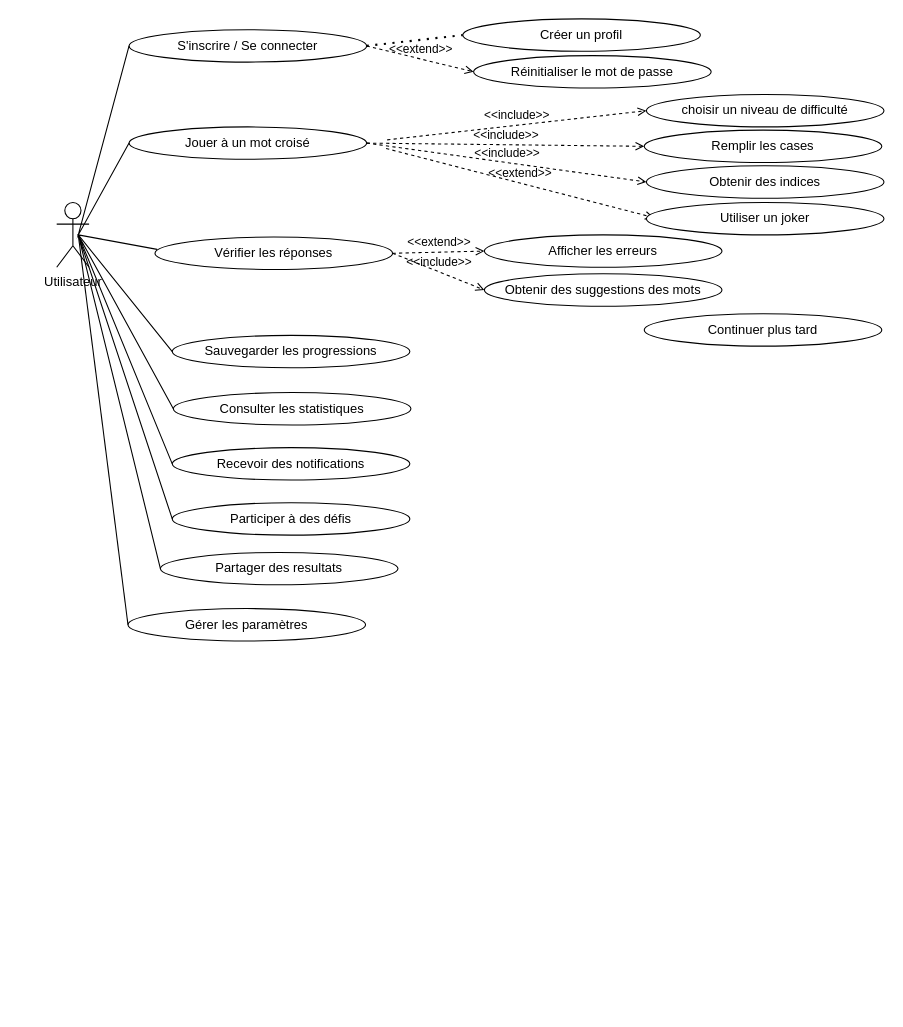
Before: diagramme de cas d'utilisation.drawio in Kimii01/Mot-crois-e-apk, a draw.io diagram. Source tidied: cells renumbered, new cells numbered last; positions are measured from the earlier drawing's top-left corner, leaving out a move shared by most shapes. Both pictures are drawn from the tidied source at 108%, with x=0, y=0 at pixel (56, 18).
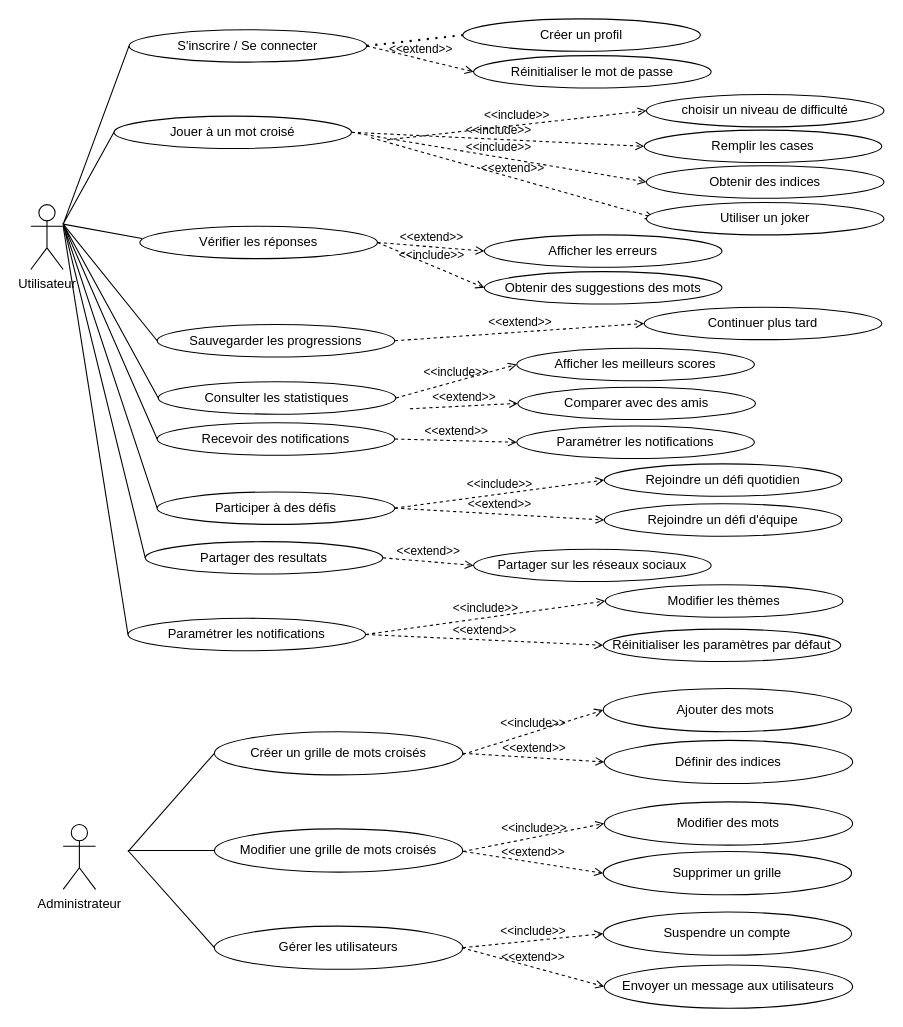
Above is the later version.

Commit message:
Mettre à jour diagramme de cas d'utilisation.drawio

Unchanged cells that the change refers to:
```xml
<mxCell id="7" value="Jouer à un mot croisé" style="ellipse;whiteSpace=wrap;html=1;" parent="5" vertex="1">
  <mxGeometry x="67" y="20" width="220" height="30" as="geometry" />
</mxCell>
<mxCell id="9" value="Sauvegarder les progressions" style="ellipse;whiteSpace=wrap;html=1;" parent="5" vertex="1">
  <mxGeometry x="107" y="213" width="220" height="30" as="geometry" />
</mxCell>
<mxCell id="11" value="Consulter les statistiques" style="ellipse;whiteSpace=wrap;html=1;" parent="5" vertex="1">
  <mxGeometry x="108" y="266" width="220" height="30" as="geometry" />
</mxCell>
<mxCell id="14" value="Participer à des défis" style="ellipse;whiteSpace=wrap;html=1;" parent="5" vertex="1">
  <mxGeometry x="107" y="368" width="220" height="30" as="geometry" />
</mxCell>
<mxCell id="15" value="Partager des resultats" style="ellipse;whiteSpace=wrap;html=1;" parent="5" vertex="1">
  <mxGeometry x="96" y="414" width="220" height="30" as="geometry" />
</mxCell>
<mxCell id="22" value="S'inscrire / Se connecter" style="ellipse;whiteSpace=wrap;html=1;" parent="1" vertex="1">
  <mxGeometry x="67" y="10" width="220" height="30" as="geometry" />
</mxCell>
```

The edit, as a diff of the source:
```diff
@@
     <mxCell id="5" style="group;" parent="1" vertex="1">
-      <mxGeometry y="80" width="360" height="350" as="geometry" />
+      <mxGeometry x="-14" y="70" width="360" height="496" as="geometry" />
     </mxCell>
-    <mxCell id="6" value="Utilisateur" style="shape=umlActor;verticalLabelPosition=bottom;verticalAlign=top;html=1;outlineConnect=0;" parent="5" vertex="1">
-      <mxGeometry y="90" width="30" height="60" as="geometry" />
-    </mxCell>
@@
     <mxCell id="13" value="Recevoir des notifications" style="ellipse;whiteSpace=wrap;html=1;" parent="5" vertex="1">
-      <mxGeometry x="107" y="317" width="220" height="30" as="geometry" />
+      <mxGeometry x="107" y="304" width="220" height="30" as="geometry" />
     </mxCell>
@@
-    <mxCell id="16" value="Gérer les paramètres" style="ellipse;whiteSpace=wrap;html=1;" parent="5" vertex="1">
-      <mxGeometry x="66" y="466" width="220" height="30" as="geometry" />
-    </mxCell>
@@
-    <mxCell id="18" style="endArrow=none;html=1;rounded=0;exitX=0;exitY=0.5;exitDx=0;exitDy=0;" parent="5" edge="1" source="16">
-      <mxGeometry relative="1" as="geometry">
-        <mxPoint x="20" y="120" as="targetPoint" />
-      </mxGeometry>
-    </mxCell>
@@
+    <mxCell id="37" value="Paramétrer les notifications" style="ellipse;whiteSpace=wrap;html=1;" parent="5" vertex="1">
+      <mxGeometry x="80" y="485" width="220" height="30" as="geometry" />
+    </mxCell>
@@
     <mxCell id="23" style="endArrow=none;html=1;rounded=0;entryX=0;entryY=0.5;entryDx=0;entryDy=0;exitX=0;exitY=0.5;exitDx=0;exitDy=0;" parent="1" edge="1" source="7" target="22">
       <mxGeometry relative="1" as="geometry">
         <Array as="points">
-          <mxPoint x="20" y="200" />
+          <mxPoint x="6" y="190" />
         </Array>
       </mxGeometry>
     </mxCell>
@@
     <mxCell id="33" value="Obtenir des suggestions des mots" style="ellipse;whiteSpace=wrap;html=1;" parent="1" vertex="1">
-      <mxGeometry x="396" y="236" width="220" height="30" as="geometry" />
+      <mxGeometry x="396" y="234" width="220" height="30" as="geometry" />
     </mxCell>
@@
     <mxCell id="36" value="Continuer plus tard" style="ellipse;whiteSpace=wrap;html=1;" parent="1" vertex="1">
-      <mxGeometry x="544" y="273" width="220" height="30" as="geometry" />
+      <mxGeometry x="544" y="267" width="220" height="30" as="geometry" />
     </mxCell>
+    <mxCell id="38" value="&amp;lt;&amp;lt;extend&amp;gt;&amp;gt;" style="html=1;verticalAlign=bottom;labelBackgroundColor=none;endArrow=open;endFill=0;dashed=1;rounded=0;entryX=0;entryY=0.5;entryDx=0;entryDy=0;exitX=1;exitY=0.5;exitDx=0;exitDy=0;" parent="1" edge="1" source="9" target="36">
+      <mxGeometry relative="1" as="geometry" />
+    </mxCell>
+    <mxCell id="39" value="Afficher les meilleurs scores" style="ellipse;whiteSpace=wrap;html=1;" parent="1" vertex="1">
+      <mxGeometry x="426" y="305" width="220" height="30" as="geometry" />
+    </mxCell>
+    <mxCell id="40" value="Comparer avec des amis" style="ellipse;whiteSpace=wrap;html=1;" parent="1" vertex="1">
+      <mxGeometry x="427" y="341" width="220" height="30" as="geometry" />
+    </mxCell>
+    <mxCell id="41" value="Paramétrer les notifications" style="ellipse;whiteSpace=wrap;html=1;" parent="1" vertex="1">
+      <mxGeometry x="426" y="377" width="220" height="30" as="geometry" />
+    </mxCell>
+    <mxCell id="42" value="&amp;lt;&amp;lt;extend&amp;gt;&amp;gt;" style="html=1;verticalAlign=bottom;labelBackgroundColor=none;endArrow=open;endFill=0;dashed=1;rounded=0;entryX=0;entryY=0.5;entryDx=0;entryDy=0;exitX=1;exitY=0.5;exitDx=0;exitDy=0;" parent="1" edge="1" target="40">
+      <mxGeometry relative="1" as="geometry">
+        <mxPoint x="327" y="361" as="sourcePoint" />
+      </mxGeometry>
+    </mxCell>
+    <mxCell id="43" value="&amp;lt;&amp;lt;include&amp;gt;&amp;gt;" style="html=1;verticalAlign=bottom;labelBackgroundColor=none;endArrow=open;endFill=0;dashed=1;rounded=0;exitX=1;exitY=0.5;exitDx=0;exitDy=0;entryX=0;entryY=0.5;entryDx=0;entryDy=0;" parent="1" edge="1" source="11" target="39">
+      <mxGeometry relative="1" as="geometry" />
+    </mxCell>
+    <mxCell id="44" value="&amp;lt;&amp;lt;extend&amp;gt;&amp;gt;" style="html=1;verticalAlign=bottom;labelBackgroundColor=none;endArrow=open;endFill=0;dashed=1;rounded=0;entryX=0;entryY=0.5;entryDx=0;entryDy=0;exitX=1;exitY=0.5;exitDx=0;exitDy=0;" parent="1" edge="1" source="13" target="41">
+      <mxGeometry relative="1" as="geometry" />
+    </mxCell>
+    <mxCell id="45" value="Rejoindre un défi d'équipe" style="ellipse;whiteSpace=wrap;html=1;" parent="1" vertex="1">
+      <mxGeometry x="507" y="449" width="220" height="30" as="geometry" />
+    </mxCell>
+    <mxCell id="46" value="Partager sur les réseaux sociaux" style="ellipse;whiteSpace=wrap;html=1;" parent="1" vertex="1">
+      <mxGeometry x="386" y="491" width="220" height="30" as="geometry" />
+    </mxCell>
+    <mxCell id="47" value="Modifier les thèmes" style="ellipse;whiteSpace=wrap;html=1;" parent="1" vertex="1">
+      <mxGeometry x="508" y="524" width="220" height="30" as="geometry" />
+    </mxCell>
+    <mxCell id="48" value="Réinitialiser les paramètres par défaut" style="ellipse;whiteSpace=wrap;html=1;" parent="1" vertex="1">
+      <mxGeometry x="506" y="565" width="220" height="30" as="geometry" />
+    </mxCell>
+    <mxCell id="49" value="Rejoindre un défi quotidien" style="ellipse;whiteSpace=wrap;html=1;" parent="1" vertex="1">
+      <mxGeometry x="507" y="412" width="220" height="30" as="geometry" />
+    </mxCell>
+    <mxCell id="50" value="&amp;lt;&amp;lt;extend&amp;gt;&amp;gt;" style="html=1;verticalAlign=bottom;labelBackgroundColor=none;endArrow=open;endFill=0;dashed=1;rounded=0;entryX=0;entryY=0.5;entryDx=0;entryDy=0;exitX=1;exitY=0.5;exitDx=0;exitDy=0;" parent="1" edge="1" source="14" target="45">
+      <mxGeometry relative="1" as="geometry" />
+    </mxCell>
+    <mxCell id="51" value="&amp;lt;&amp;lt;extend&amp;gt;&amp;gt;" style="html=1;verticalAlign=bottom;labelBackgroundColor=none;endArrow=open;endFill=0;dashed=1;rounded=0;entryX=0;entryY=0.5;entryDx=0;entryDy=0;exitX=1;exitY=0.5;exitDx=0;exitDy=0;" parent="1" edge="1" source="15" target="46">
+      <mxGeometry relative="1" as="geometry" />
+    </mxCell>
+    <mxCell id="52" value="&amp;lt;&amp;lt;extend&amp;gt;&amp;gt;" style="html=1;verticalAlign=bottom;labelBackgroundColor=none;endArrow=open;endFill=0;dashed=1;rounded=0;entryX=0;entryY=0.5;entryDx=0;entryDy=0;exitX=1;exitY=0.5;exitDx=0;exitDy=0;" parent="1" edge="1" source="37" target="48">
+      <mxGeometry relative="1" as="geometry" />
+    </mxCell>
+    <mxCell id="53" value="&amp;lt;&amp;lt;include&amp;gt;&amp;gt;" style="html=1;verticalAlign=bottom;labelBackgroundColor=none;endArrow=open;endFill=0;dashed=1;rounded=0;exitX=1;exitY=0.5;exitDx=0;exitDy=0;entryX=0;entryY=0.5;entryDx=0;entryDy=0;" parent="1" edge="1" source="14" target="49">
+      <mxGeometry relative="1" as="geometry" />
+    </mxCell>
+    <mxCell id="54" value="&amp;lt;&amp;lt;include&amp;gt;&amp;gt;" style="html=1;verticalAlign=bottom;labelBackgroundColor=none;endArrow=open;endFill=0;dashed=1;rounded=0;exitX=1;exitY=0.5;exitDx=0;exitDy=0;entryX=0;entryY=0.5;entryDx=0;entryDy=0;" parent="1" edge="1" source="37" target="47">
+      <mxGeometry relative="1" as="geometry" />
+    </mxCell>
+    <mxCell id="6" value="Utilisateur" style="shape=umlActor;verticalLabelPosition=bottom;verticalAlign=top;html=1;outlineConnect=0;" parent="1" vertex="1">
+      <mxGeometry x="-24" y="172" width="30" height="60" as="geometry" />
+    </mxCell>
+    <mxCell id="55" value="Administrateur" style="shape=umlActor;verticalLabelPosition=bottom;verticalAlign=top;html=1;" parent="1" vertex="1">
+      <mxGeometry x="6" y="746" width="30" height="60" as="geometry" />
+    </mxCell>
+    <mxCell id="56" style="endArrow=none;html=1;rounded=0;exitX=0;exitY=0.5;exitDx=0;exitDy=0;entryX=1;entryY=0.3333333333333333;entryDx=0;entryDy=0;entryPerimeter=0;" parent="1" edge="1" source="37" target="6">
+      <mxGeometry relative="1" as="geometry" />
+    </mxCell>
+    <mxCell id="57" value="Créer un grille de mots croisés" style="ellipse;whiteSpace=wrap;html=1;" parent="1" vertex="1">
+      <mxGeometry x="146" y="660" width="230" height="40" as="geometry" />
+    </mxCell>
+    <mxCell id="58" value="Modifier une grille de mots croisés" style="ellipse;whiteSpace=wrap;html=1;" parent="1" vertex="1">
+      <mxGeometry x="146" y="750" width="230" height="40" as="geometry" />
+    </mxCell>
+    <mxCell id="59" value="Gérer les utilisateurs" style="ellipse;whiteSpace=wrap;html=1;" parent="1" vertex="1">
+      <mxGeometry x="146" y="840" width="230" height="40" as="geometry" />
+    </mxCell>
+    <mxCell id="60" value="Définir des indices" style="ellipse;whiteSpace=wrap;html=1;" parent="1" vertex="1">
+      <mxGeometry x="507" y="668" width="230" height="40" as="geometry" />
+    </mxCell>
+    <mxCell id="61" value="Ajouter des mots&amp;nbsp;" style="ellipse;whiteSpace=wrap;html=1;" parent="1" vertex="1">
+      <mxGeometry x="506" y="620" width="230" height="40" as="geometry" />
+    </mxCell>
+    <mxCell id="62" value="Supprimer un grille" style="ellipse;whiteSpace=wrap;html=1;" parent="1" vertex="1">
+      <mxGeometry x="506" y="771" width="230" height="40" as="geometry" />
+    </mxCell>
+    <mxCell id="63" value="Modifier des mots" style="ellipse;whiteSpace=wrap;html=1;" parent="1" vertex="1">
+      <mxGeometry x="507" y="725" width="230" height="40" as="geometry" />
+    </mxCell>
+    <mxCell id="64" value="Envoyer un message aux utilisateurs" style="ellipse;whiteSpace=wrap;html=1;" parent="1" vertex="1">
+      <mxGeometry x="507" y="876" width="230" height="40" as="geometry" />
+    </mxCell>
+    <mxCell id="65" value="Suspendre un compte" style="ellipse;whiteSpace=wrap;html=1;" parent="1" vertex="1">
+      <mxGeometry x="506" y="827" width="230" height="40" as="geometry" />
+    </mxCell>
+    <mxCell id="66" value="&amp;lt;&amp;lt;include&amp;gt;&amp;gt;" style="html=1;verticalAlign=bottom;labelBackgroundColor=none;endArrow=open;endFill=0;dashed=1;rounded=0;exitX=1;exitY=0.5;exitDx=0;exitDy=0;entryX=0;entryY=0.5;entryDx=0;entryDy=0;" parent="1" edge="1" target="61">
+      <mxGeometry relative="1" as="geometry">
+        <mxPoint x="376" y="681" as="sourcePoint" />
+      </mxGeometry>
+    </mxCell>
+    <mxCell id="67" value="&amp;lt;&amp;lt;include&amp;gt;&amp;gt;" style="html=1;verticalAlign=bottom;labelBackgroundColor=none;endArrow=open;endFill=0;dashed=1;rounded=0;exitX=1;exitY=0.5;exitDx=0;exitDy=0;entryX=0;entryY=0.5;entryDx=0;entryDy=0;" parent="1" edge="1" target="63">
+      <mxGeometry relative="1" as="geometry">
+        <mxPoint x="376" y="771" as="sourcePoint" />
+      </mxGeometry>
+    </mxCell>
+    <mxCell id="68" value="&amp;lt;&amp;lt;include&amp;gt;&amp;gt;" style="html=1;verticalAlign=bottom;labelBackgroundColor=none;endArrow=open;endFill=0;dashed=1;rounded=0;exitX=1;exitY=0.5;exitDx=0;exitDy=0;entryX=0;entryY=0.5;entryDx=0;entryDy=0;" parent="1" edge="1" target="65">
+      <mxGeometry relative="1" as="geometry">
+        <mxPoint x="376" y="860" as="sourcePoint" />
+      </mxGeometry>
+    </mxCell>
+    <mxCell id="69" value="&amp;lt;&amp;lt;extend&amp;gt;&amp;gt;" style="html=1;verticalAlign=bottom;labelBackgroundColor=none;endArrow=open;endFill=0;dashed=1;rounded=0;entryX=0;entryY=0.5;entryDx=0;entryDy=0;exitX=1;exitY=0.5;exitDx=0;exitDy=0;" parent="1" edge="1" source="57" target="60">
+      <mxGeometry relative="1" as="geometry" />
+    </mxCell>
+    <mxCell id="70" value="&amp;lt;&amp;lt;extend&amp;gt;&amp;gt;" style="html=1;verticalAlign=bottom;labelBackgroundColor=none;endArrow=open;endFill=0;dashed=1;rounded=0;entryX=0;entryY=0.5;entryDx=0;entryDy=0;exitX=1;exitY=0.5;exitDx=0;exitDy=0;" parent="1" edge="1" target="62">
+      <mxGeometry relative="1" as="geometry">
+        <mxPoint x="377" y="771" as="sourcePoint" />
+      </mxGeometry>
+    </mxCell>
+    <mxCell id="71" value="&amp;lt;&amp;lt;extend&amp;gt;&amp;gt;" style="html=1;verticalAlign=bottom;labelBackgroundColor=none;endArrow=open;endFill=0;dashed=1;rounded=0;entryX=0;entryY=0.5;entryDx=0;entryDy=0;" parent="1" edge="1" target="64">
+      <mxGeometry relative="1" as="geometry">
+        <mxPoint x="375" y="860" as="sourcePoint" />
+      </mxGeometry>
+    </mxCell>
+    <mxCell id="72" style="endArrow=none;html=1;rounded=0;entryX=0;entryY=0.5;entryDx=0;entryDy=0;" parent="1" edge="1" target="57">
+      <mxGeometry relative="1" as="geometry">
+        <mxPoint x="66" y="771" as="sourcePoint" />
+      </mxGeometry>
+    </mxCell>
+    <mxCell id="73" style="endArrow=none;html=1;rounded=0;entryX=0;entryY=0.5;entryDx=0;entryDy=0;" parent="1" edge="1" target="59">
+      <mxGeometry relative="1" as="geometry">
+        <mxPoint x="66" y="770" as="sourcePoint" />
+      </mxGeometry>
+    </mxCell>
+    <mxCell id="74" style="endArrow=none;html=1;rounded=0;entryX=0;entryY=0.5;entryDx=0;entryDy=0;" parent="1" edge="1" target="58">
+      <mxGeometry relative="1" as="geometry">
+        <mxPoint x="66" y="770" as="sourcePoint" />
+      </mxGeometry>
+    </mxCell>
```
